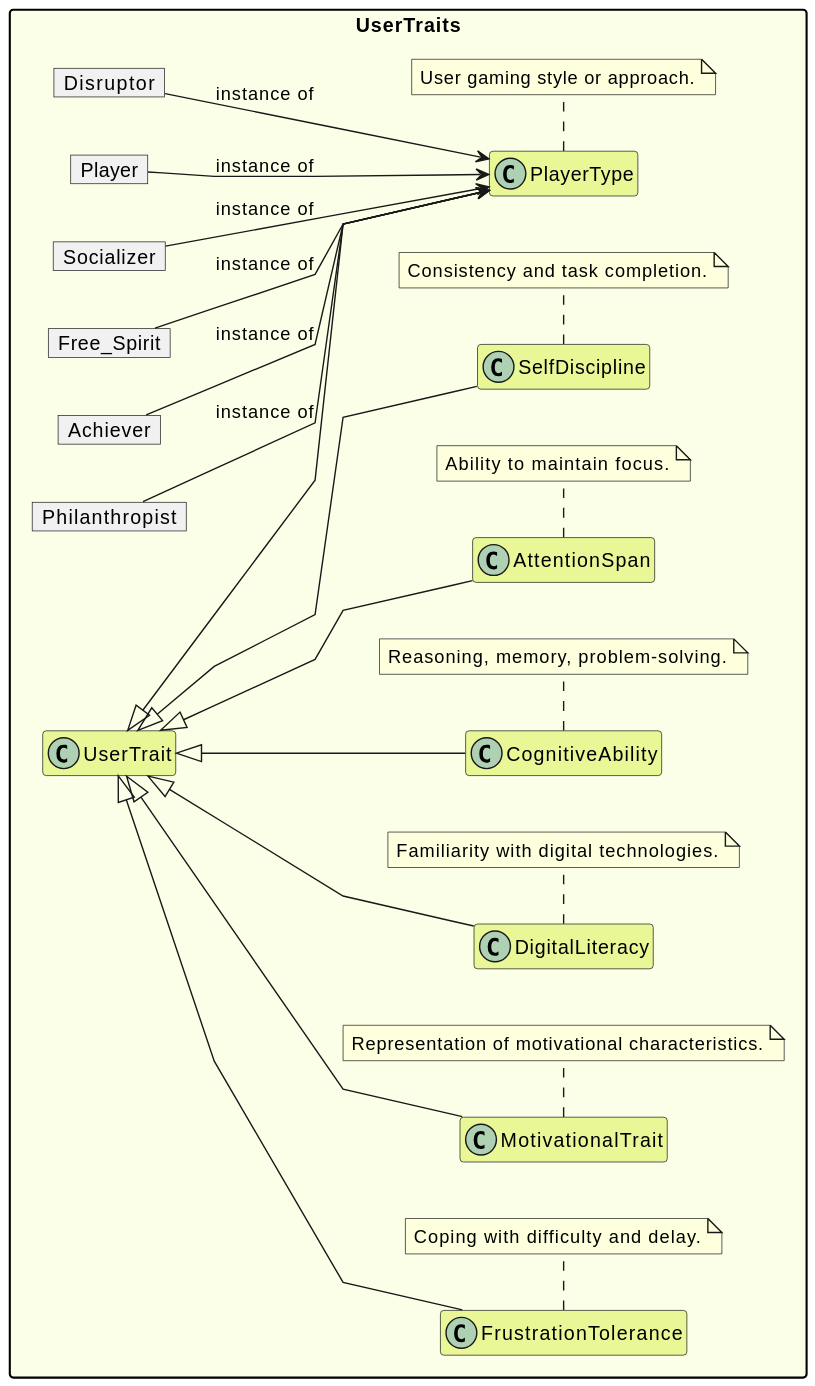
Earlier version of the PlantUML export out/UML/user_traits/user_traits.svg (Maks-stack/ontology).
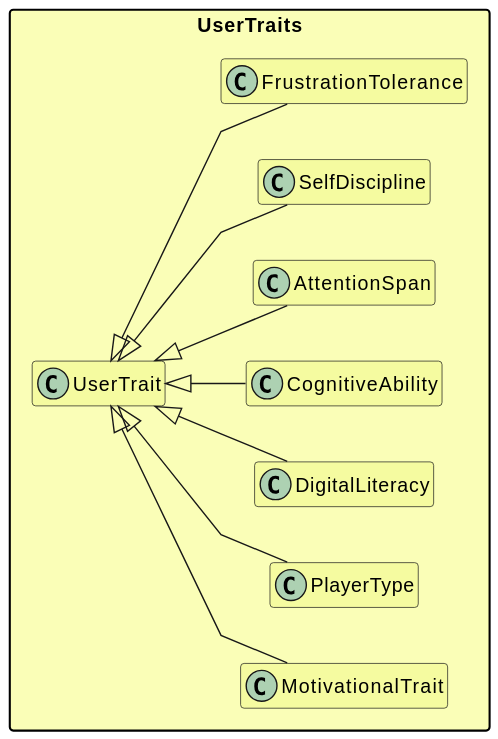
The same file after the commit.

Change to the diagram source:
```diff
@@ -7,62 +7,31 @@
 skinparam nodesep 40
 skinparam ranksep 40
 skinparam packageStyle rectangle
-package UserTraits #fcffe8ff {
-  class UserTrait #eaf797ff
 
-  class MotivationalTrait #eaf797ff extends UserTrait
+!define traitsBack        #fafeb7ff
+!define traitsFront      #f5fba0ff
+
+package UserTraits traitsBack {
+  class UserTrait traitsFront
+
+  class MotivationalTrait traitsFront extends UserTrait
   hide MotivationalTrait members
-  note bottom of MotivationalTrait
-  Representation of motivational characteristics.
-  end note
 
-  class PlayerType #eaf797ff extends UserTrait
-  note bottom of PlayerType
-  User gaming style or approach.
-  end note
+  class PlayerType traitsFront extends UserTrait
 
-  object "Philanthropist" as Philanthropist
-  Philanthropist --> PlayerType : "instance of"
-  object "Achiever" as Achiever
-  Achiever --> PlayerType : "instance of"
-  object "Free_Spirit" as Free_Spirit
-  Free_Spirit --> PlayerType : "instance of"
-  object "Socializer" as Socializer
-  Socializer --> PlayerType : "instance of"
-  object "Player" as Player
-  Player --> PlayerType : "instance of"
-  object "Disruptor" as Disruptor
-  Disruptor --> PlayerType : "instance of"
+  class DigitalLiteracy traitsFront extends UserTrait
+  hide DigitalLiteracy members
 
+  class CognitiveAbility traitsFront extends UserTrait
+  hide CognitiveAbility members
 
-  class DigitalLiteracy #eaf797ff extends UserTrait
-  hide DigitalLiteracy members
-  note bottom of DigitalLiteracy
-  Familiarity with digital technologies.
-  end note
+  class AttentionSpan traitsFront extends UserTrait
+  hide AttentionSpan members
 
-  class CognitiveAbility #eaf797ff extends UserTrait
-  hide CognitiveAbility members
-  note bottom of CognitiveAbility
-  Reasoning, memory, problem-solving.
-  end note
+  class SelfDiscipline traitsFront extends UserTrait
+  hide SelfDiscipline members
 
-  class AttentionSpan #eaf797ff extends UserTrait
-  hide AttentionSpan members
-  note bottom of AttentionSpan
-  Ability to maintain focus.
-  end note
-
-  class SelfDiscipline #eaf797ff extends UserTrait
-  hide SelfDiscipline members
-  note bottom of SelfDiscipline
-  Consistency and task completion.
-  end note
-
-  class FrustrationTolerance #eaf797ff extends UserTrait
+  class FrustrationTolerance traitsFront extends UserTrait
   hide FrustrationTolerance members
-  note bottom of FrustrationTolerance
-  Coping with difficulty and delay.
-  end note
 }
 @enduml
```
